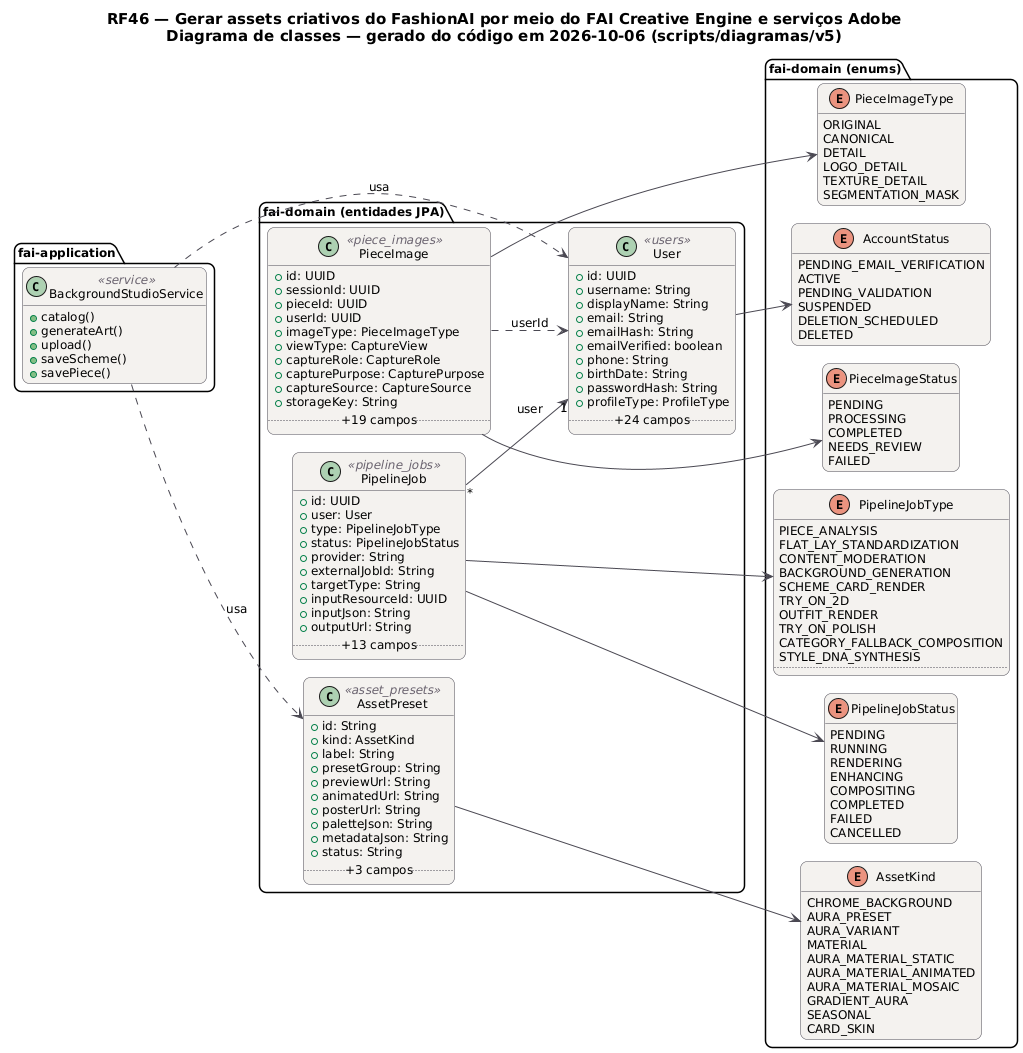
MatheusHaliski/tcc-2026-fashion-ai-backend keeps this PlantUML diagram as docs/diagramas/RF46/RF46_Classes.png. Above is the earlier version.
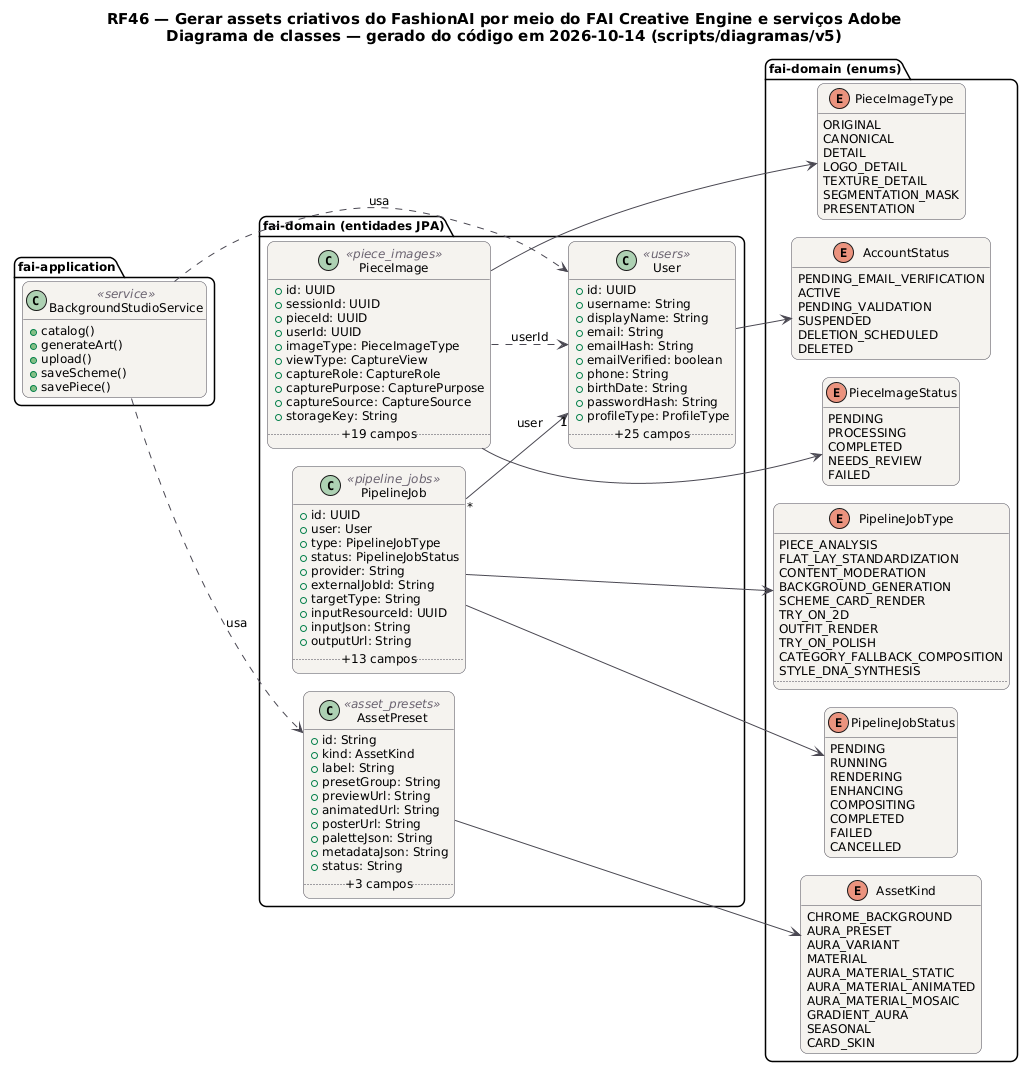
Above is the later version.

Diff of the diagram source:
```diff
@@ -20,7 +20,7 @@
 }
 hide empty members
 left to right direction
-title RF46 — Gerar assets criativos do FashionAI por meio do FAI Creative Engine e serviços Adobe\nDiagrama de classes — gerado do código em 2026-10-06 (scripts/diagramas/v5)
+title RF46 — Gerar assets criativos do FashionAI por meio do FAI Creative Engine e serviços Adobe\nDiagrama de classes — gerado do código em 2026-10-14 (scripts/diagramas/v5)
 
 package "fai-domain (entidades JPA)" {
   class AssetPreset <<asset_presets>> {
@@ -73,7 +73,7 @@
     +birthDate: String
     +passwordHash: String
     +profileType: ProfileType
-    .. +24 campos ..
+    .. +25 campos ..
   }
 }
 package "fai-domain (enums)" {
@@ -121,6 +121,7 @@
     LOGO_DETAIL
     TEXTURE_DETAIL
     SEGMENTATION_MASK
+    PRESENTATION
   }
   enum PipelineJobType {
     PIECE_ANALYSIS
```
